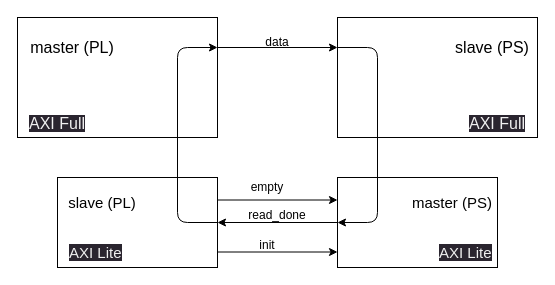
Before: doc/diagrams/axi_full_lite.drawio in acoustic-warfare/FPGA-sampling, a draw.io diagram. Source tidied: cells renumbered, new cells numbered last; positions are measured from the earlier drawing's top-left corner, leaving out a move shared by most shapes. Both pictures are drawn from the tidied source at 100%, with x=0, y=0 at pixel (17, 17).
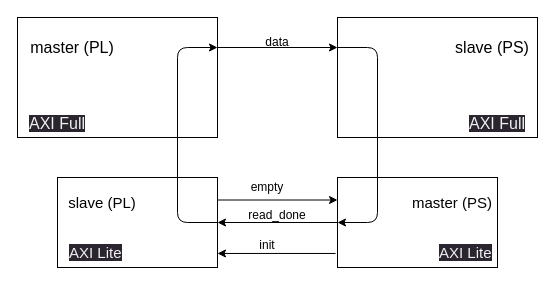
The same diagram, later.

The change refers to these unchanged cells:
```xml
<mxCell id="2" style="group;" parent="1" vertex="1">
  <mxGeometry x="40" y="150" width="440" height="100" as="geometry" />
</mxCell>
<mxCell id="4" style="whiteSpace=wrap;html=1;" parent="2" vertex="1">
  <mxGeometry y="10" width="160" height="90" as="geometry" />
</mxCell>
<mxCell id="6" style="whiteSpace=wrap;html=1;" parent="2" vertex="1">
  <mxGeometry x="280" y="10" width="160" height="90" as="geometry" />
</mxCell>
```

Diff of the diagram source:
```diff
@@
-    <mxCell id="12" style="edgeStyle=none;html=1;exitX=0;exitY=0.25;exitDx=0;exitDy=0;startArrow=classic;startFill=1;endArrow=none;endFill=0;" parent="2" edge="1">
-      <mxGeometry relative="1" as="geometry">
-        <mxPoint x="280" y="84.5" as="sourcePoint" />
-        <mxPoint x="160" y="84.5" as="targetPoint" />
-      </mxGeometry>
+    <mxCell id="12" style="edgeStyle=none;html=1;startArrow=classic;startFill=1;endArrow=none;endFill=0;entryX=-0.012;entryY=0.844;entryDx=0;entryDy=0;exitX=1;exitY=0.844;exitDx=0;exitDy=0;entryPerimeter=0;exitPerimeter=0;" parent="2" edge="1" source="4" target="6">
+      <mxGeometry relative="1" as="geometry" />
     </mxCell>
```
